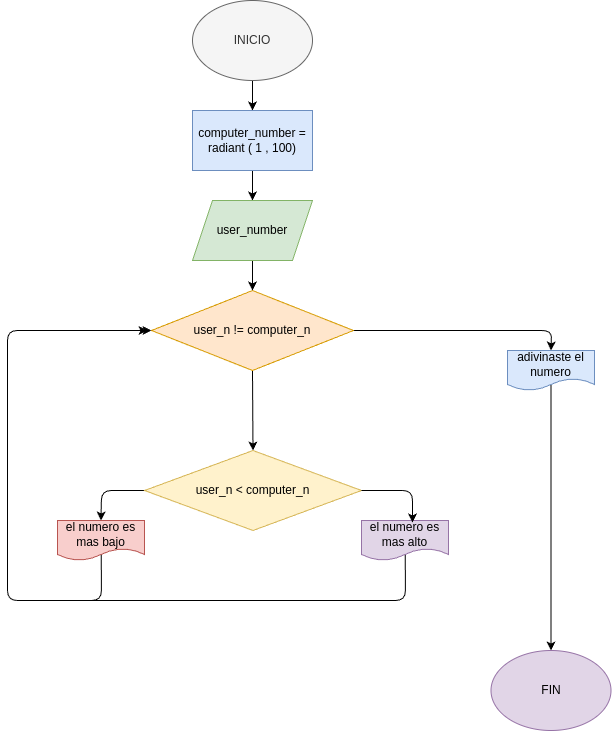
Above: Ejercicio No.3/diagrama.png in stebancarrenoaraque/EJERCICIOS-PRACTICA-WHILE (draw.io), before the change. Source tidied: cells renumbered, new cells last; positions are measured from the earlier drawing's top-left corner, leaving out a move shared by most shapes.
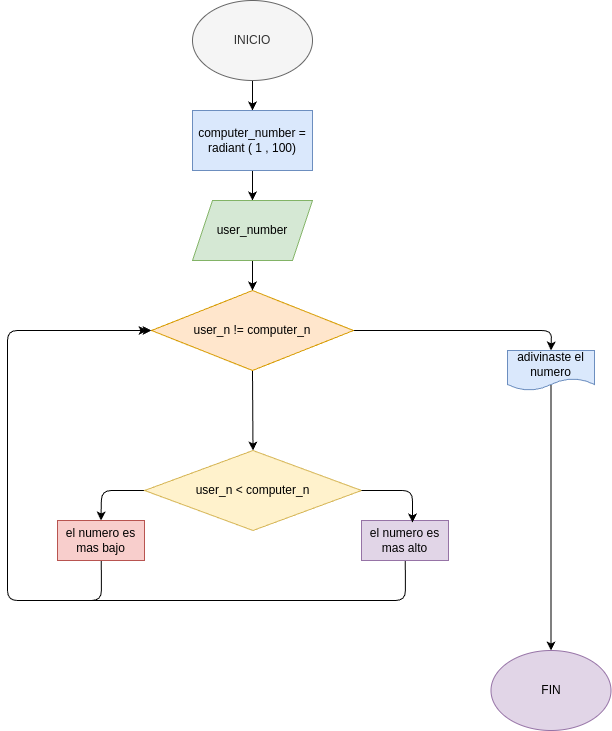
Later version of the same file.

Commit message:
se actualizo el README con analisis y diseño

Diff of the diagram source:
```diff
@@ -53,7 +53,7 @@
         </Array>
       </mxGeometry>
     </mxCell>
-    <mxCell id="14" value="el numero es mas bajo" style="shape=document;whiteSpace=wrap;html=1;boundedLbl=1;fillColor=#f8cecc;strokeColor=#b85450;" parent="1" vertex="1">
+    <mxCell id="14" value="el numero es mas bajo" style="shape=label;whiteSpace=wrap;html=1;boundedLbl=1;fillColor=#f8cecc;strokeColor=#b85450;rounded=0;" parent="1" vertex="1">
       <mxGeometry x="50" y="520" width="87" height="40" as="geometry" />
     </mxCell>
     <mxCell id="15" style="edgeStyle=none;html=1;exitX=0.5;exitY=0;exitDx=0;exitDy=0;entryX=0;entryY=0.5;entryDx=0;entryDy=0;" parent="1" edge="1" source="16" target="6">
@@ -65,7 +65,7 @@
         </Array>
       </mxGeometry>
     </mxCell>
-    <mxCell id="16" value="el numero es mas alto" style="shape=document;whiteSpace=wrap;html=1;boundedLbl=1;fillColor=#e1d5e7;strokeColor=#9673a6;" parent="1" vertex="1">
+    <mxCell id="16" value="el numero es mas alto" style="shape=label;whiteSpace=wrap;html=1;boundedLbl=1;fillColor=#e1d5e7;strokeColor=#9673a6;rounded=0;" parent="1" vertex="1">
       <mxGeometry x="354" y="520" width="87" height="40" as="geometry" />
     </mxCell>
     <mxCell id="17" style="edgeStyle=none;html=1;exitX=0.5;exitY=0;exitDx=0;exitDy=0;entryX=0.5;entryY=0;entryDx=0;entryDy=0;" parent="1" edge="1" source="18" target="20">
```
